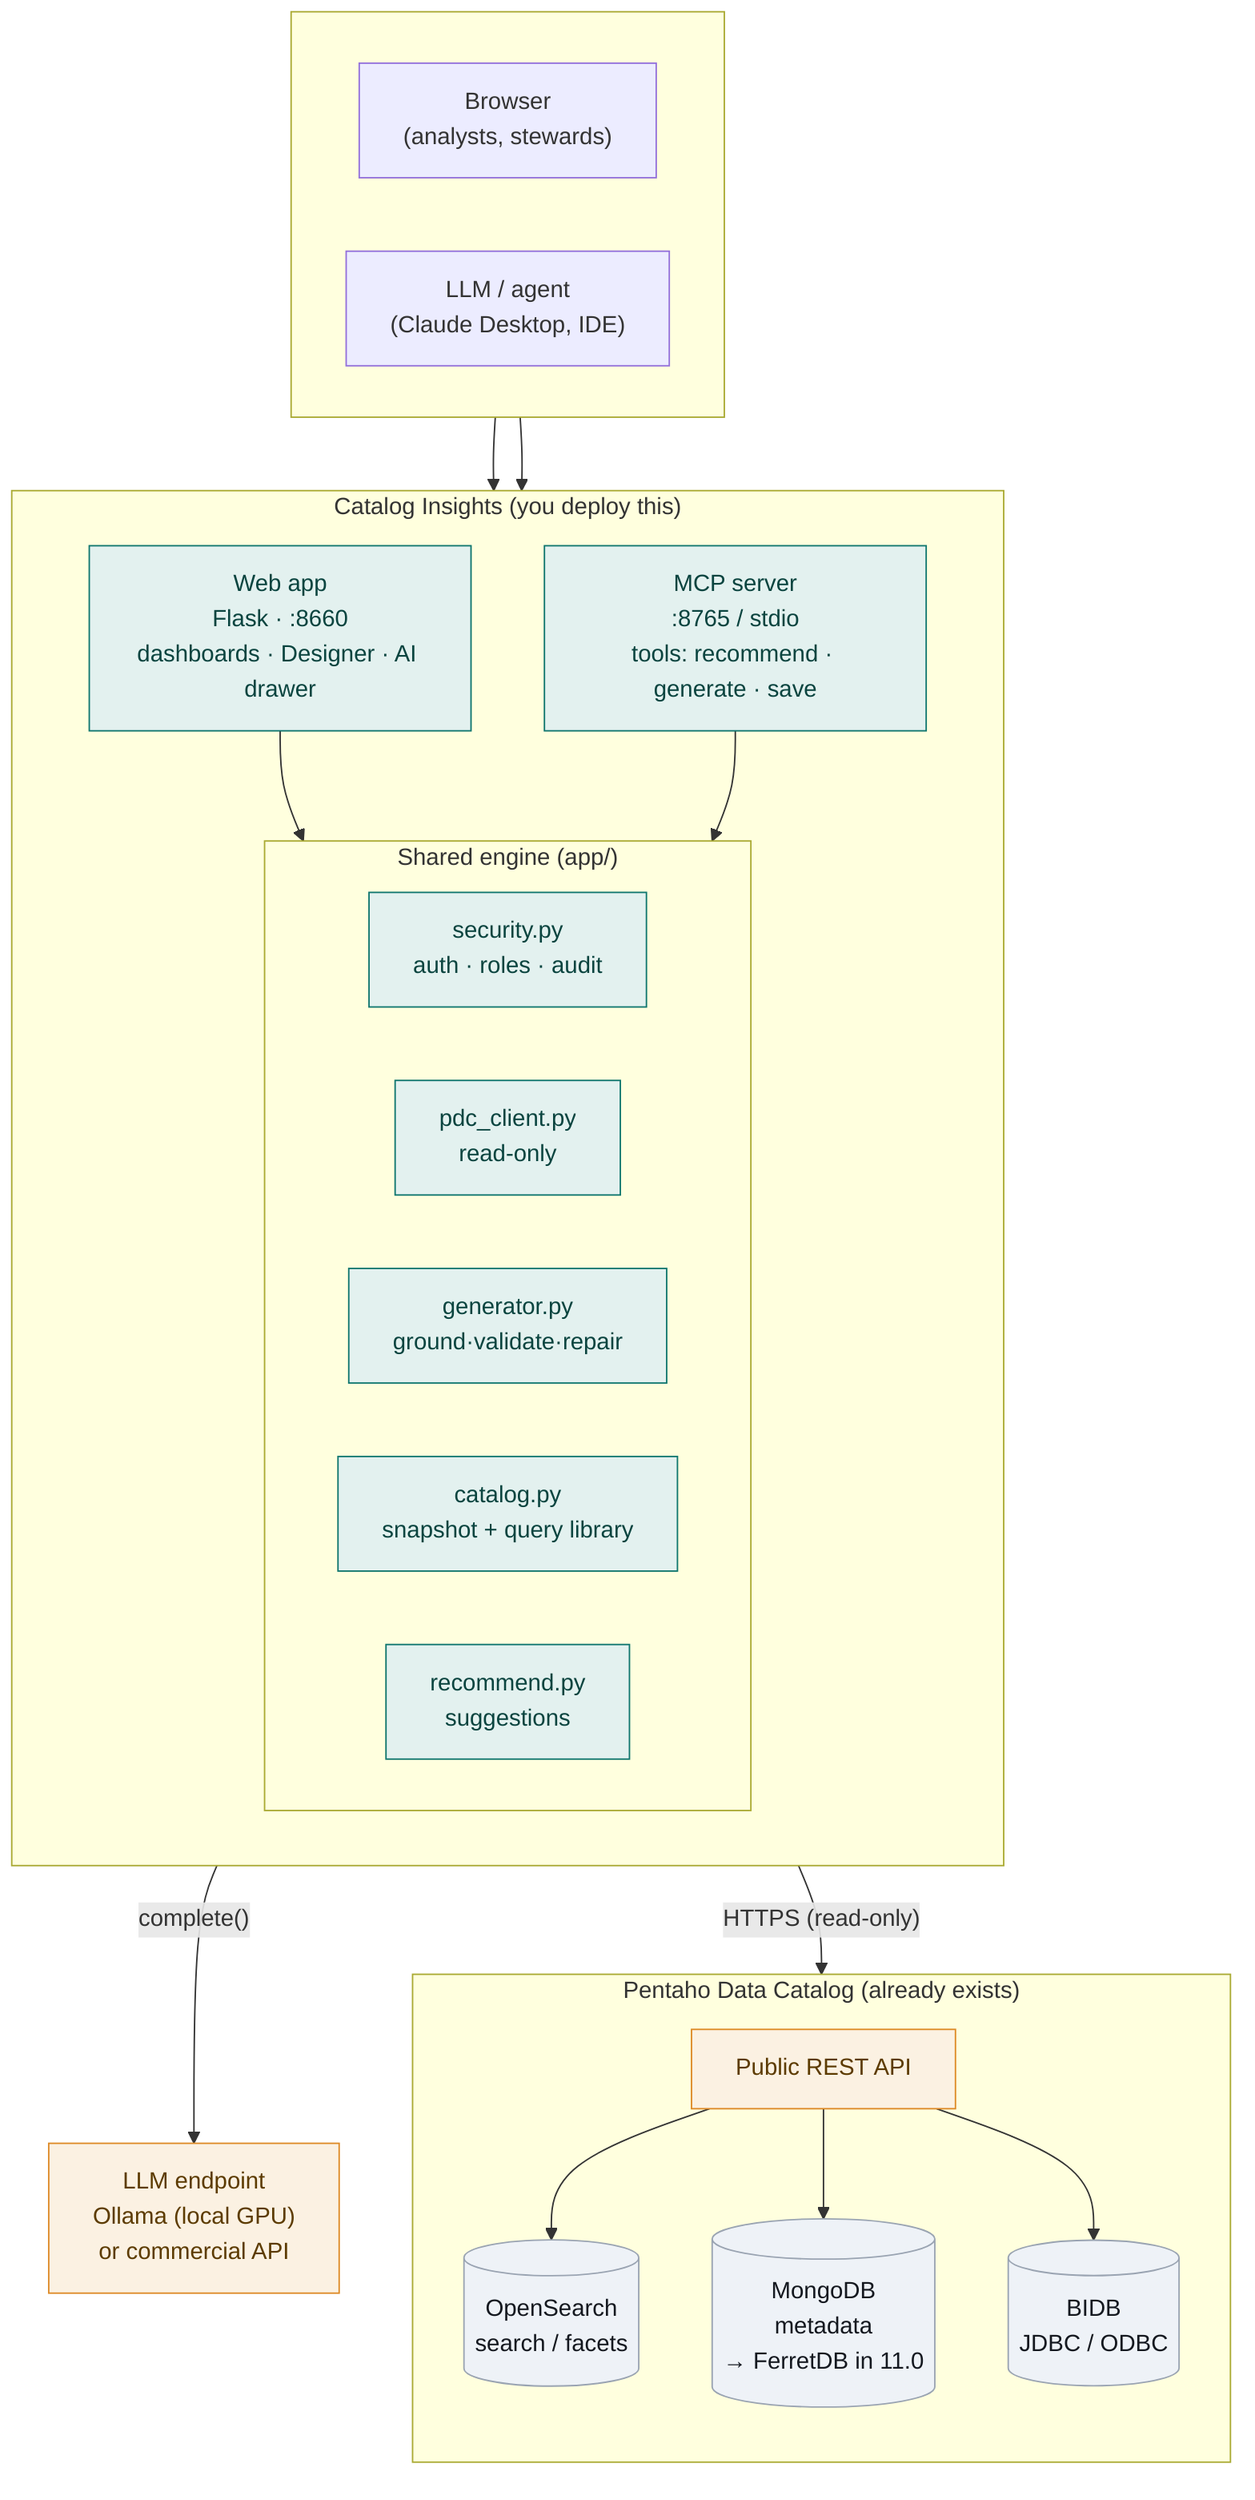
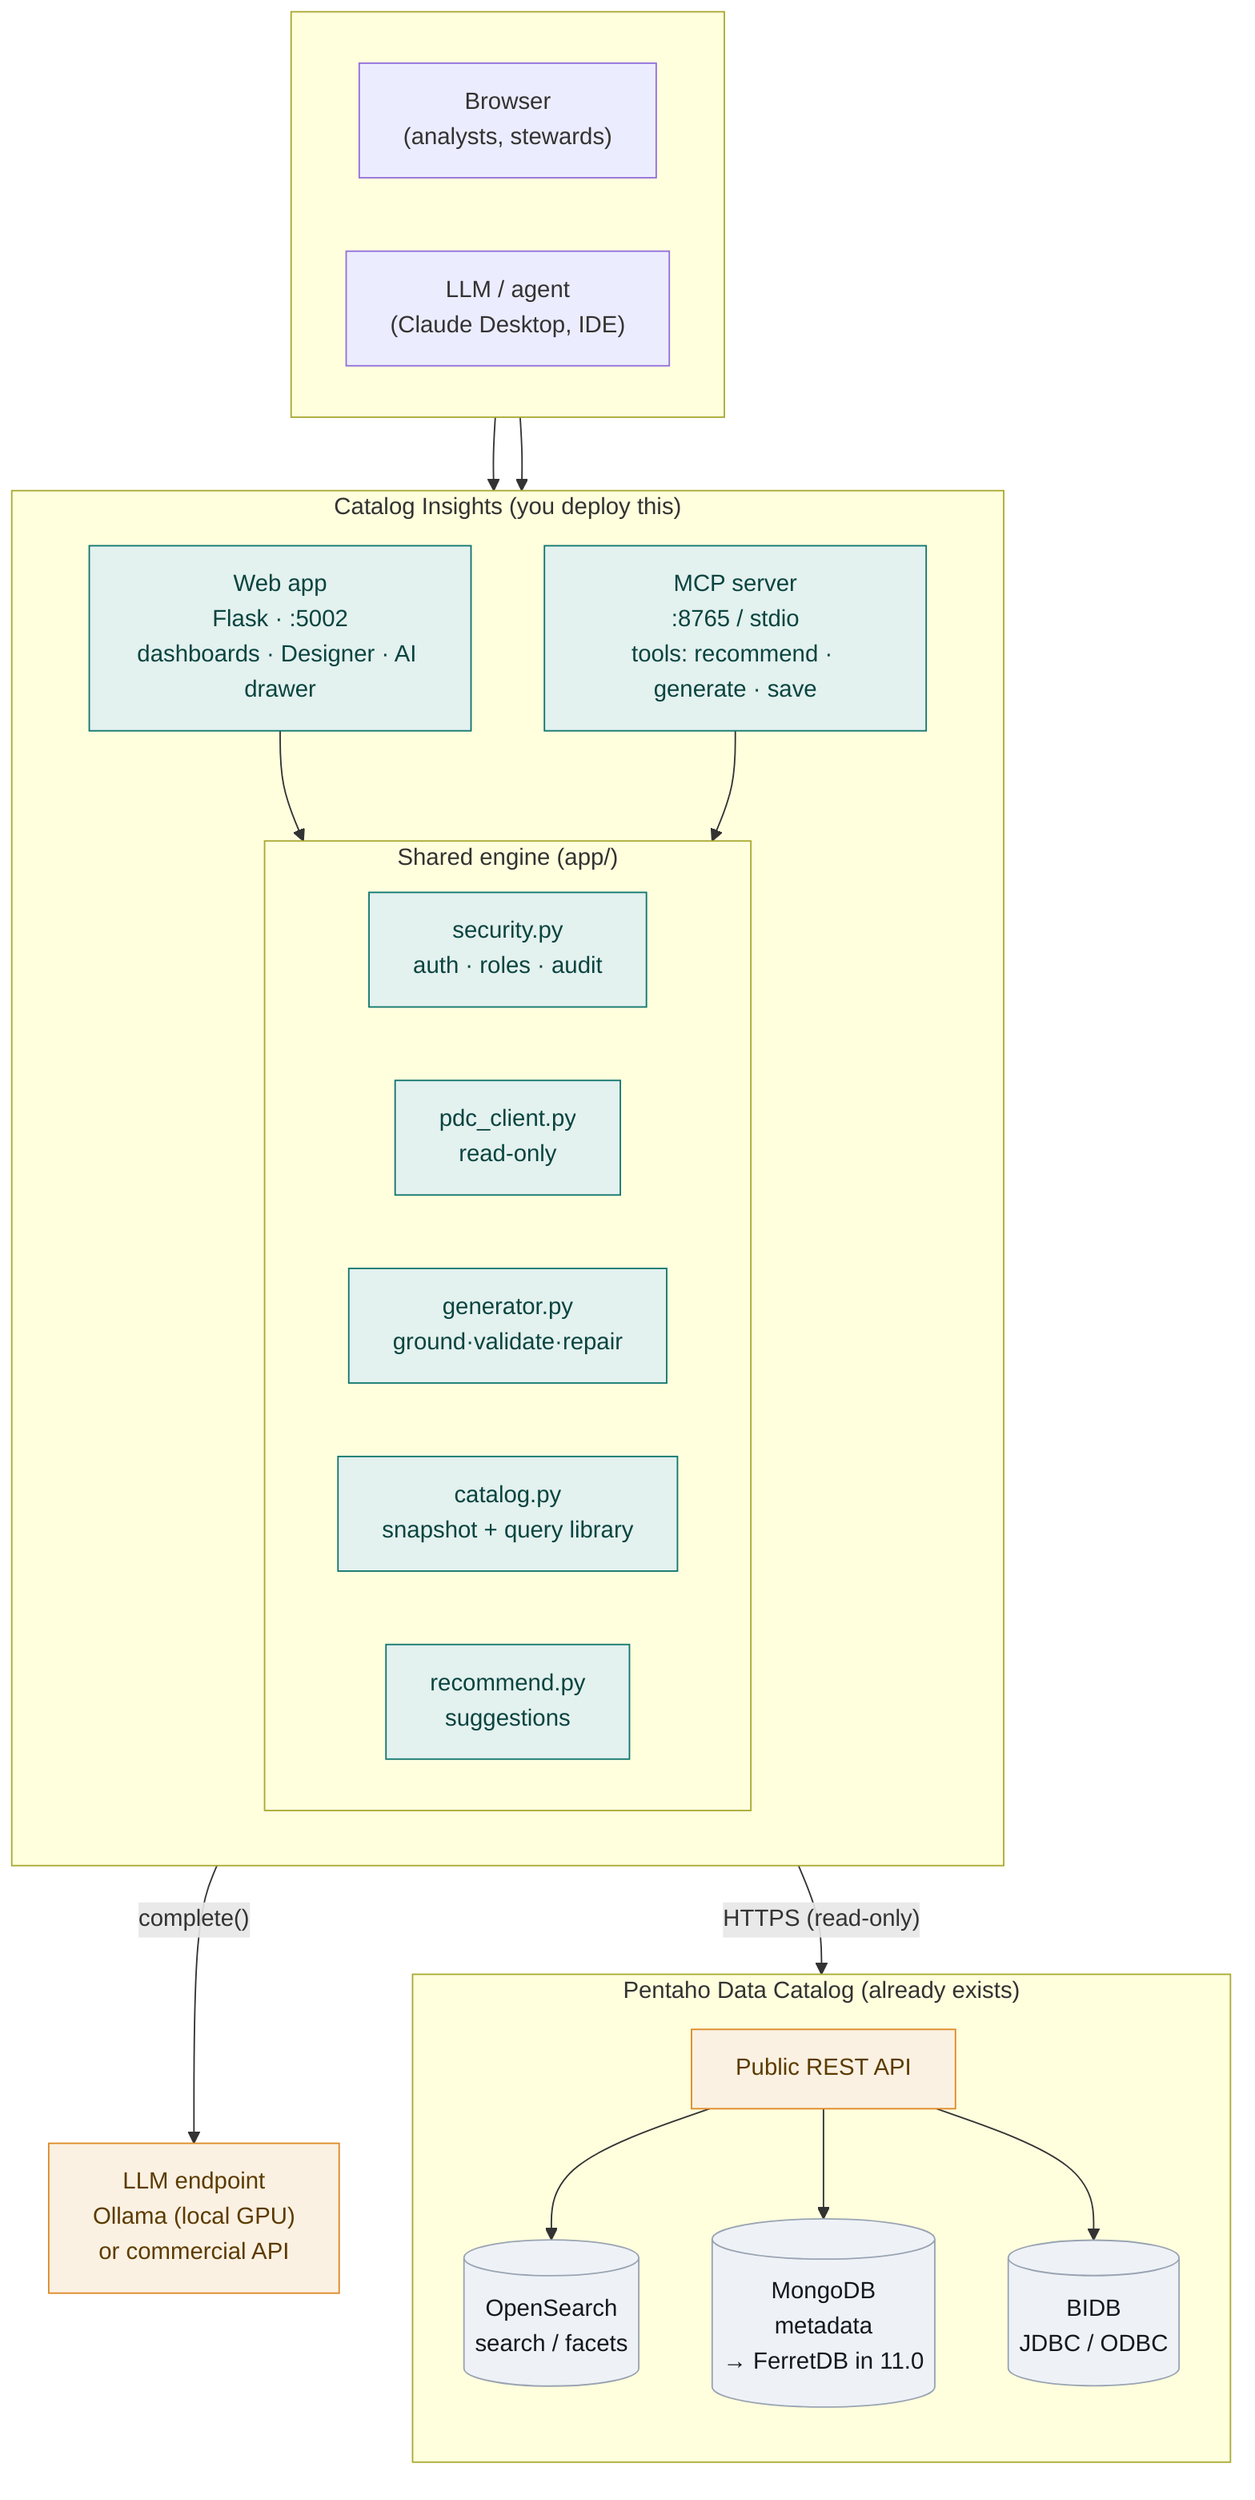
%% System architecture — two front doors over one shared engine
flowchart TB
  subgraph clients[" "]
    direction LR
    U1["Browser<br/>(analysts, stewards)"]
    U2["LLM / agent<br/>(Claude Desktop, IDE)"]
  end

  subgraph insights["Catalog Insights (you deploy this)"]
    direction TB
-     WEB["Web app<br/>Flask · :8660<br/>dashboards · Designer · AI drawer"]
+     WEB["Web app<br/>Flask · :5002<br/>dashboards · Designer · AI drawer"]
    MCP["MCP server<br/>:8765 / stdio<br/>tools: recommend · generate · save"]
    subgraph engine["Shared engine (app/)"]
      direction LR
      SEC["security.py<br/>auth · roles · audit"]
      PC["pdc_client.py<br/>read-only"]
      GEN["generator.py<br/>ground·validate·repair"]
      CAT["catalog.py<br/>snapshot + query library"]
      REC["recommend.py<br/>suggestions"]
    end
    WEB --> engine
    MCP --> engine
  end

  subgraph pdc["Pentaho Data Catalog (already exists)"]
    direction TB
    API["Public REST API"]
    OS[("OpenSearch<br/>search / facets")]
    MG[("MongoDB<br/>metadata<br/>→ FerretDB in 11.0")]
    BI[("BIDB<br/>JDBC / ODBC")]
    API --> OS
    API --> MG
    API --> BI
  end

  LLM["LLM endpoint<br/>Ollama (local GPU)<br/>or commercial API"]

  U1 --> WEB
  U2 --> MCP
  PC -- "HTTPS (read-only)" --> API
  GEN -- "complete()" --> LLM

  classDef store fill:#eef2f7,stroke:#9aa4b2,color:#14181f;
  classDef ours fill:#e3f1ef,stroke:#0f766e,color:#0a443f;
  classDef ext fill:#fbf1e2,stroke:#dd8a26,color:#5c3b00;
  class OS,MG,BI store; class WEB,MCP,SEC,PC,GEN,CAT,REC ours; class API,LLM ext;
